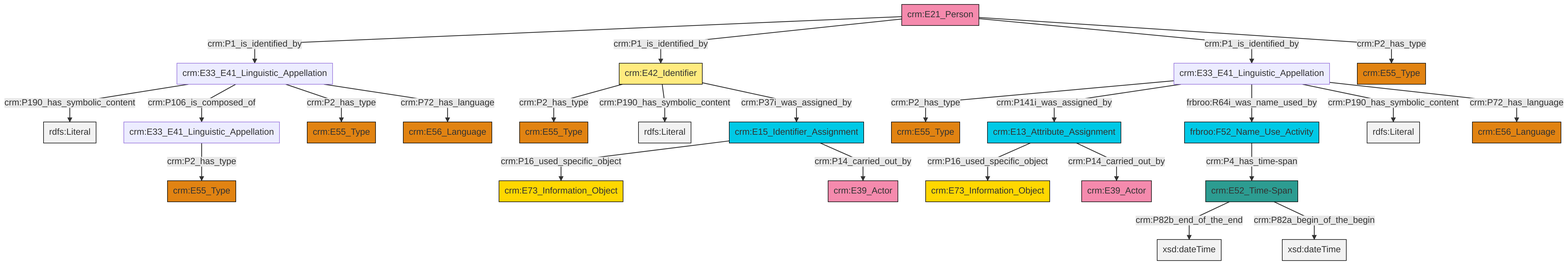
Earlier version of the Mermaid export et/personCSV/ttl/mmd/png/Person_Names_and_Classification.png (swiss-art-research-net/docs.swissartresearch). Its source is kept beside it as et/personCSV/ttl/mmd/Person_Names_and_Classification.ttl.mmd.
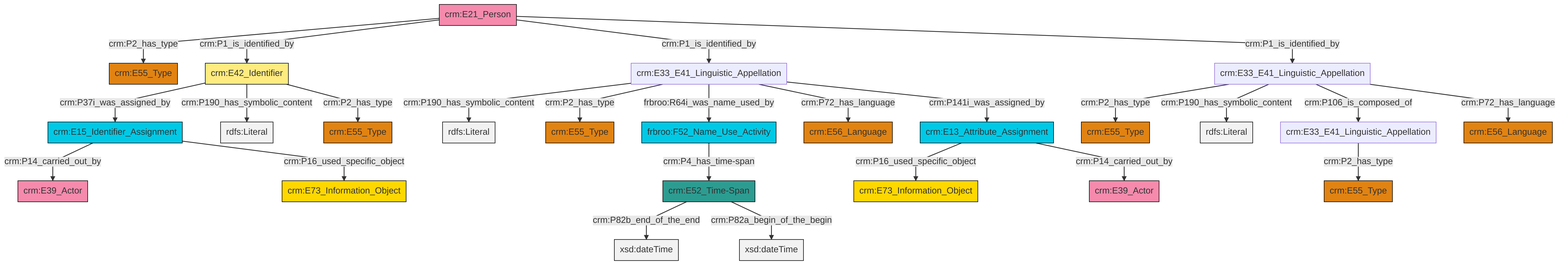
After the commit.

What changed in the source:
```diff
@@ -13,27 +13,27 @@
 classDef PC_Classes fill:#4ce600, stroke:#000000;
 classDef Multi fill:#cccccc,stroke:#000000;
 
-0["crm:E13_Attribute_Assignment"]:::Temporal_Entity -->|crm:P16_used_specific_object| 1["crm:E73_Information_Object"]:::Conceptual_Object
-2["crm:E15_Identifier_Assignment"]:::Temporal_Entity -->|crm:P16_used_specific_object| 3["crm:E73_Information_Object"]:::Conceptual_Object
-4["crm:E52_Time-Span"]:::Time-Span -->|crm:P82b_end_of_the_end| 5[xsd:dateTime]:::Literal
-6["crm:E33_E41_Linguistic_Appellation"]:::Default -->|crm:P2_has_type| 7["crm:E55_Type"]:::Type
-8["crm:E33_E41_Linguistic_Appellation"]:::Default -->|crm:P190_has_symbolic_content| 9[rdfs:Literal]:::Literal
-12["crm:E21_Person"]:::Actor -->|crm:P1_is_identified_by| 8["crm:E33_E41_Linguistic_Appellation"]:::Default
-6["crm:E33_E41_Linguistic_Appellation"]:::Default -->|crm:P141i_was_assigned_by| 0["crm:E13_Attribute_Assignment"]:::Temporal_Entity
-8["crm:E33_E41_Linguistic_Appellation"]:::Default -->|crm:P106_is_composed_of| 17["crm:E33_E41_Linguistic_Appellation"]:::Default
-19["crm:E42_Identifier"]:::Appellation -->|crm:P2_has_type| 20["crm:E55_Type"]:::Type
-6["crm:E33_E41_Linguistic_Appellation"]:::Default -->|frbroo:R64i_was_name_used_by| 21["frbroo:F52_Name_Use_Activity"]:::Temporal_Entity
-4["crm:E52_Time-Span"]:::Time-Span -->|crm:P82a_begin_of_the_begin| 24[xsd:dateTime]:::Literal
-0["crm:E13_Attribute_Assignment"]:::Temporal_Entity -->|crm:P14_carried_out_by| 13["crm:E39_Actor"]:::Actor
-2["crm:E15_Identifier_Assignment"]:::Temporal_Entity -->|crm:P14_carried_out_by| 28["crm:E39_Actor"]:::Actor
-6["crm:E33_E41_Linguistic_Appellation"]:::Default -->|crm:P190_has_symbolic_content| 29[rdfs:Literal]:::Literal
-19["crm:E42_Identifier"]:::Appellation -->|crm:P190_has_symbolic_content| 32[rdfs:Literal]:::Literal
-8["crm:E33_E41_Linguistic_Appellation"]:::Default -->|crm:P2_has_type| 15["crm:E55_Type"]:::Type
-12["crm:E21_Person"]:::Actor -->|crm:P1_is_identified_by| 19["crm:E42_Identifier"]:::Appellation
-12["crm:E21_Person"]:::Actor -->|crm:P1_is_identified_by| 6["crm:E33_E41_Linguistic_Appellation"]:::Default
-19["crm:E42_Identifier"]:::Appellation -->|crm:P37i_was_assigned_by| 2["crm:E15_Identifier_Assignment"]:::Temporal_Entity
-6["crm:E33_E41_Linguistic_Appellation"]:::Default -->|crm:P72_has_language| 30["crm:E56_Language"]:::Type
-17["crm:E33_E41_Linguistic_Appellation"]:::Default -->|crm:P2_has_type| 36["crm:E55_Type"]:::Type
-8["crm:E33_E41_Linguistic_Appellation"]:::Default -->|crm:P72_has_language| 41["crm:E56_Language"]:::Type
-21["frbroo:F52_Name_Use_Activity"]:::Temporal_Entity -->|crm:P4_has_time-span| 4["crm:E52_Time-Span"]:::Time-Span
-12["crm:E21_Person"]:::Actor -->|crm:P2_has_type| 25["crm:E55_Type"]:::Type
+2["crm:E52_Time-Span"]:::Time-Span -->|crm:P82b_end_of_the_end| 3[xsd:dateTime]:::Literal
+4["frbroo:F52_Name_Use_Activity"]:::Temporal_Entity -->|crm:P4_has_time-span| 2["crm:E52_Time-Span"]:::Time-Span
+7["crm:E15_Identifier_Assignment"]:::Temporal_Entity -->|crm:P14_carried_out_by| 8["crm:E39_Actor"]:::Actor
+9["crm:E33_E41_Linguistic_Appellation"]:::Default -->|crm:P190_has_symbolic_content| 10[rdfs:Literal]:::Literal
+17["crm:E21_Person"]:::Actor -->|crm:P2_has_type| 18["crm:E55_Type"]:::Type
+21["crm:E33_E41_Linguistic_Appellation"]:::Default -->|crm:P2_has_type| 23["crm:E55_Type"]:::Type
+9["crm:E33_E41_Linguistic_Appellation"]:::Default -->|crm:P2_has_type| 27["crm:E55_Type"]:::Type
+17["crm:E21_Person"]:::Actor -->|crm:P1_is_identified_by| 28["crm:E42_Identifier"]:::Appellation
+9["crm:E33_E41_Linguistic_Appellation"]:::Default -->|frbroo:R64i_was_name_used_by| 4["frbroo:F52_Name_Use_Activity"]:::Temporal_Entity
+21["crm:E33_E41_Linguistic_Appellation"]:::Default -->|crm:P190_has_symbolic_content| 30[rdfs:Literal]:::Literal
+21["crm:E33_E41_Linguistic_Appellation"]:::Default -->|crm:P106_is_composed_of| 0["crm:E33_E41_Linguistic_Appellation"]:::Default
+9["crm:E33_E41_Linguistic_Appellation"]:::Default -->|crm:P72_has_language| 33["crm:E56_Language"]:::Type
+28["crm:E42_Identifier"]:::Appellation -->|crm:P37i_was_assigned_by| 7["crm:E15_Identifier_Assignment"]:::Temporal_Entity
+13["crm:E13_Attribute_Assignment"]:::Temporal_Entity -->|crm:P16_used_specific_object| 5["crm:E73_Information_Object"]:::Conceptual_Object
+17["crm:E21_Person"]:::Actor -->|crm:P1_is_identified_by| 9["crm:E33_E41_Linguistic_Appellation"]:::Default
+2["crm:E52_Time-Span"]:::Time-Span -->|crm:P82a_begin_of_the_begin| 37[xsd:dateTime]:::Literal
+13["crm:E13_Attribute_Assignment"]:::Temporal_Entity -->|crm:P14_carried_out_by| 24["crm:E39_Actor"]:::Actor
+28["crm:E42_Identifier"]:::Appellation -->|crm:P190_has_symbolic_content| 41[rdfs:Literal]:::Literal
+17["crm:E21_Person"]:::Actor -->|crm:P1_is_identified_by| 21["crm:E33_E41_Linguistic_Appellation"]:::Default
+21["crm:E33_E41_Linguistic_Appellation"]:::Default -->|crm:P72_has_language| 42["crm:E56_Language"]:::Type
+28["crm:E42_Identifier"]:::Appellation -->|crm:P2_has_type| 45["crm:E55_Type"]:::Type
+7["crm:E15_Identifier_Assignment"]:::Temporal_Entity -->|crm:P16_used_specific_object| 34["crm:E73_Information_Object"]:::Conceptual_Object
+0["crm:E33_E41_Linguistic_Appellation"]:::Default -->|crm:P2_has_type| 19["crm:E55_Type"]:::Type
+9["crm:E33_E41_Linguistic_Appellation"]:::Default -->|crm:P141i_was_assigned_by| 13["crm:E13_Attribute_Assignment"]:::Temporal_Entity
```
